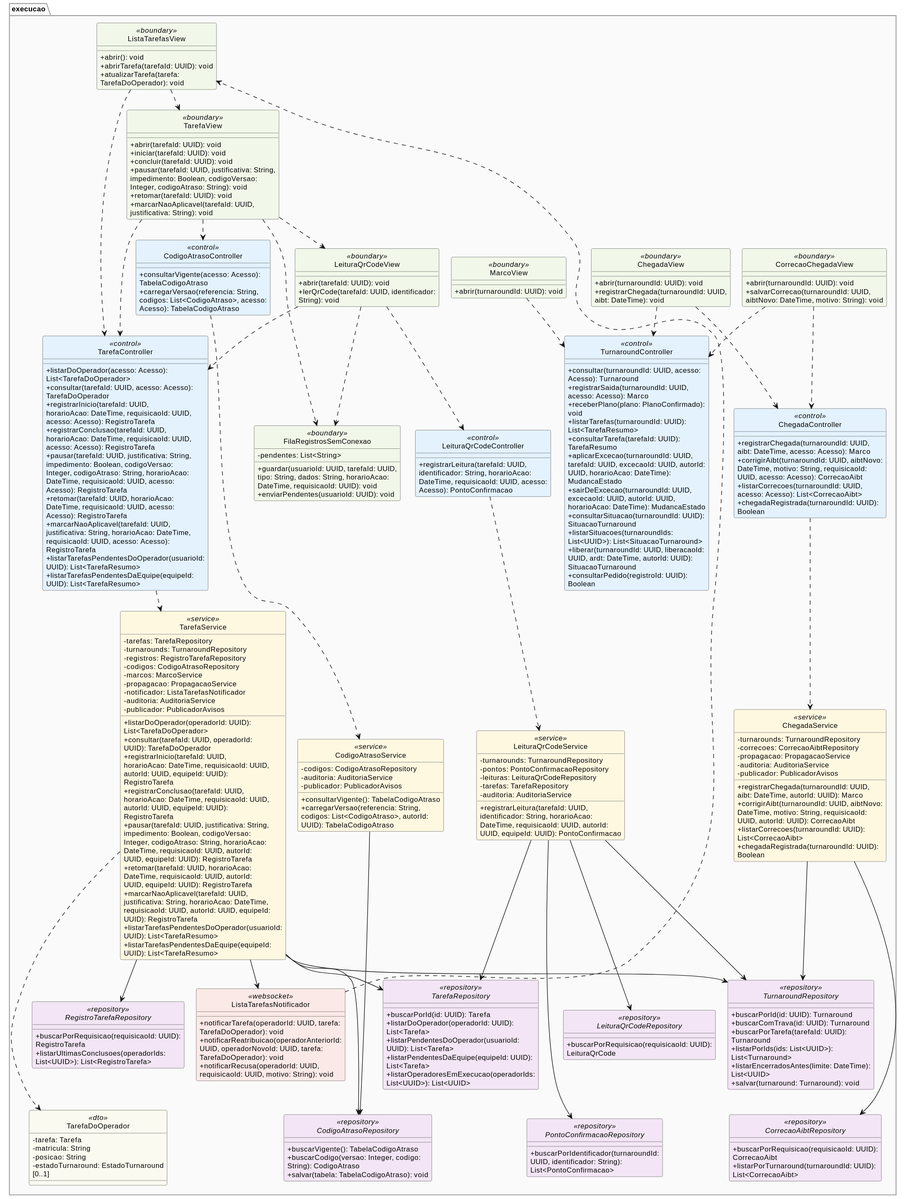
The PlantUML diagram especificacao/diagramas/13-classes-tecnica-execucao.svg in Aircraft-Turnaround-Operations-Manager/aircraft-turnaround-docs, before a commit.
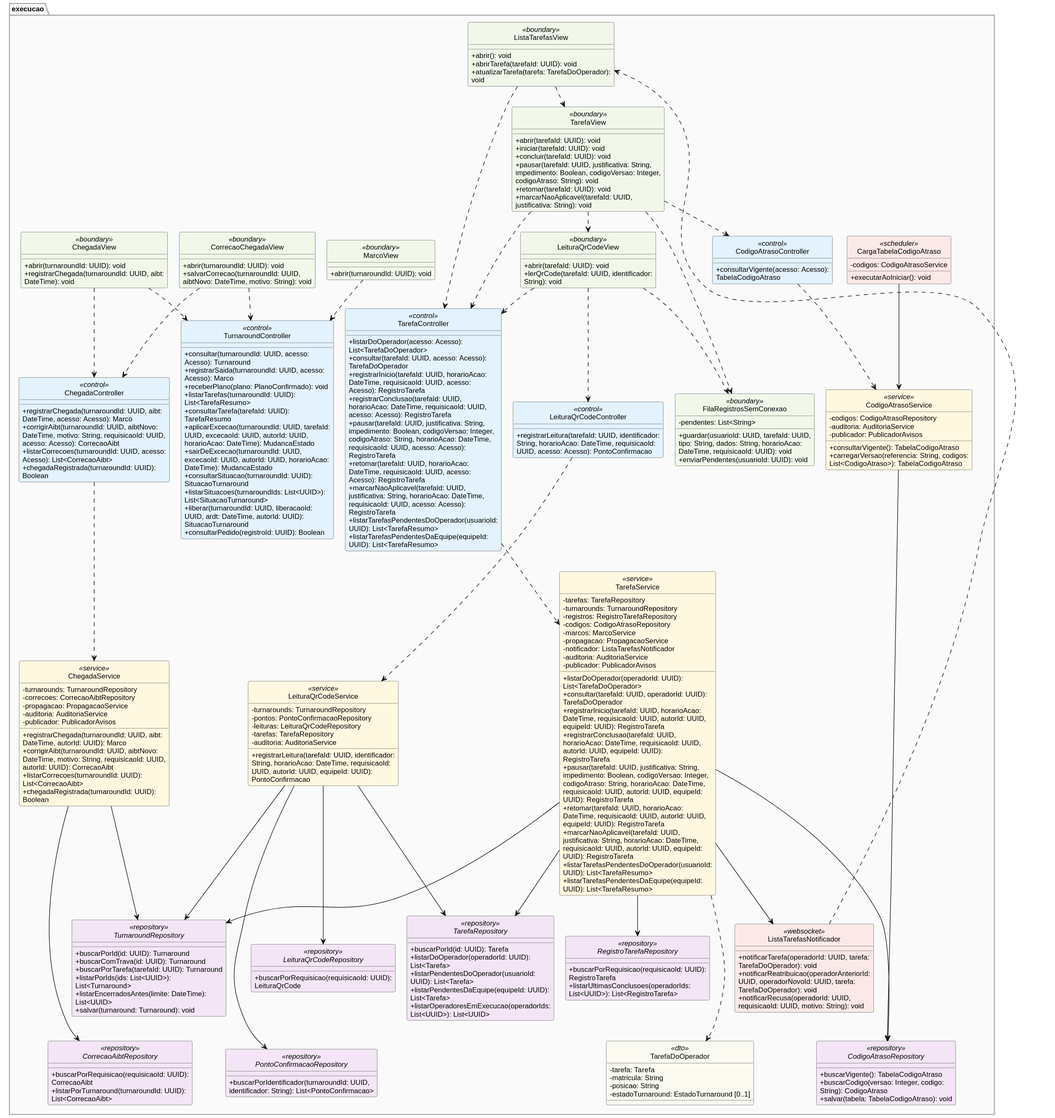
Later version of the same file.

What changed in the source:
```diff
@@ -20,6 +20,7 @@
 restore execucao.TarefaService
 restore execucao.LeituraQrCodeService
 restore execucao.CodigoAtrasoService
+restore execucao.CargaTabelaCodigoAtraso
 restore execucao.TurnaroundRepository
 restore execucao.TarefaRepository
 restore execucao.RegistroTarefaRepository
```
